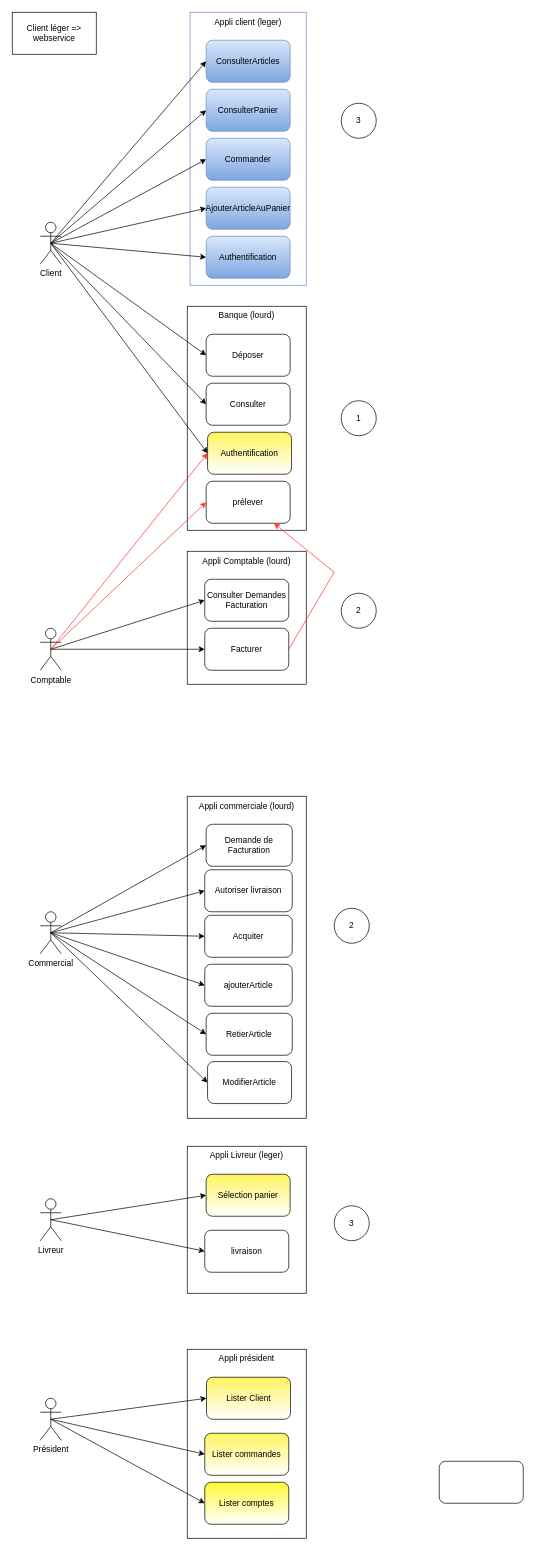
Above: page "Use Case" (2 of 4) of jEE.drawio in BaptisteJrr/ProjetJEE (draw.io), before the change. Source tidied: cells renumbered, new cells numbered last; positions are measured from the earlier drawing's top-left corner, leaving out a move shared by most shapes. Both pictures are drawn from the tidied source at 70%, with x=0, y=0 at pixel (12, 12).
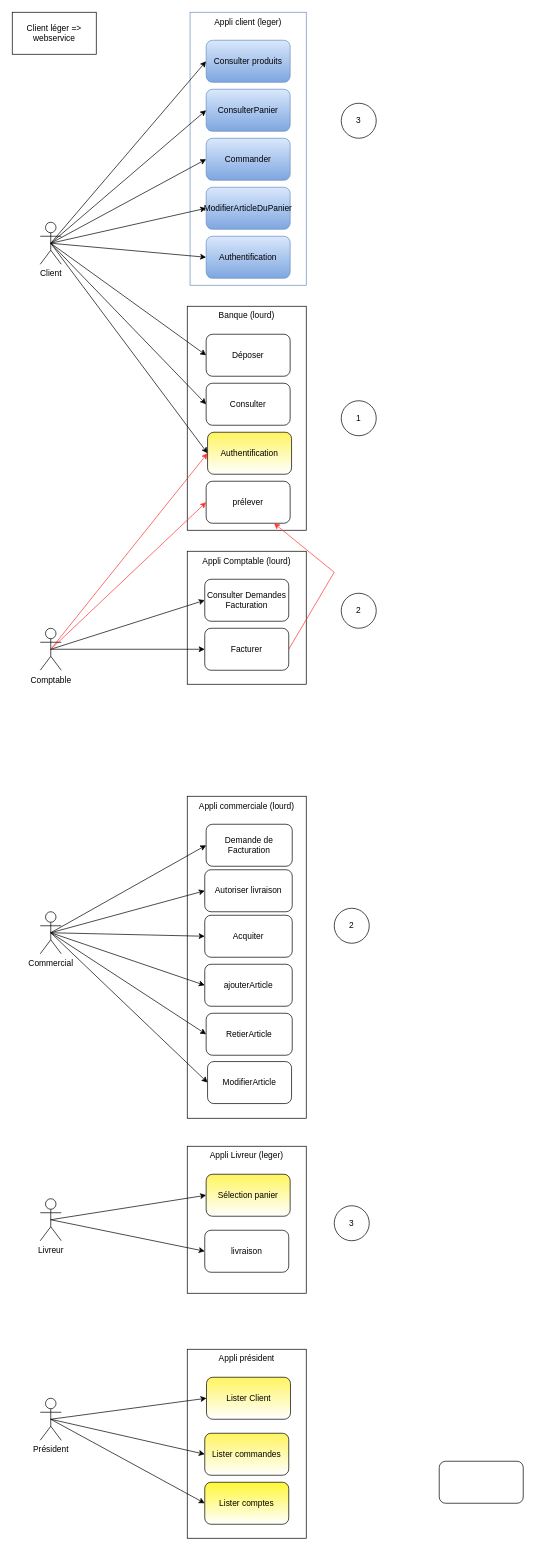
The same page after the edit.

Diff of the diagram source:
```diff
@@
-    <mxCell id="27" value="ConsulterArticles" style="rounded=1;whiteSpace=wrap;html=1;fillColor=#dae8fc;gradientColor=#7ea6e0;strokeColor=#6c8ebf;" parent="1" vertex="1">
+    <mxCell id="27" value="Consulter produits" style="rounded=1;whiteSpace=wrap;html=1;fillColor=#dae8fc;gradientColor=#7ea6e0;strokeColor=#6c8ebf;" parent="1" vertex="1">
       <mxGeometry x="277" y="40" width="120" height="60" as="geometry" />
     </mxCell>
@@
-    <mxCell id="30" value="AjouterArticleAuPanier" style="rounded=1;whiteSpace=wrap;html=1;shadow=0;fillColor=#dae8fc;gradientColor=#7ea6e0;strokeColor=#6c8ebf;" parent="1" vertex="1">
+    <mxCell id="30" value="ModifierArticleDuPanier" style="rounded=1;whiteSpace=wrap;html=1;shadow=0;fillColor=#dae8fc;gradientColor=#7ea6e0;strokeColor=#6c8ebf;" parent="1" vertex="1">
       <mxGeometry x="277" y="250" width="120" height="60" as="geometry" />
     </mxCell>
```
